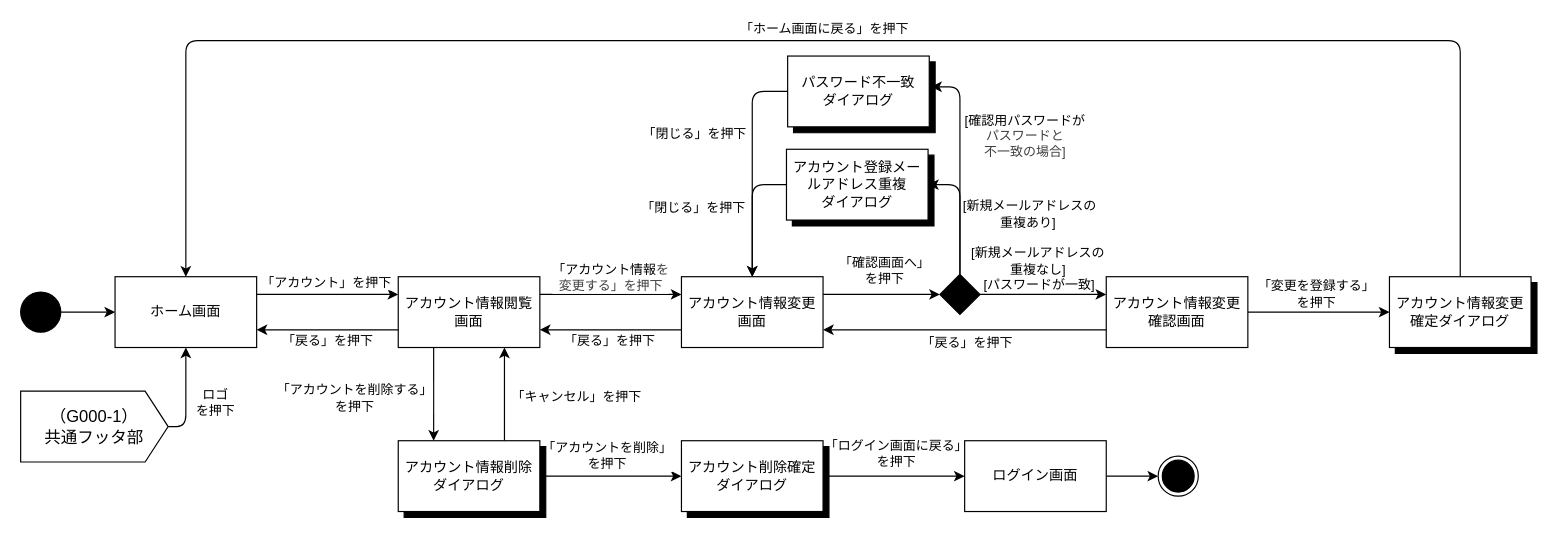
miyong00/ServerProgramming-2026 keeps this draw.io diagram as page "アカウント" (3 of 11) of desing/STD.dio. Above is the earlier version. Source tidied: cells renumbered, new cells numbered last; positions are measured from the earlier drawing's top-left corner, leaving out a move shared by most shapes. Both pictures are drawn from the tidied source at 118%, with x=0, y=0 at pixel (20, 40).
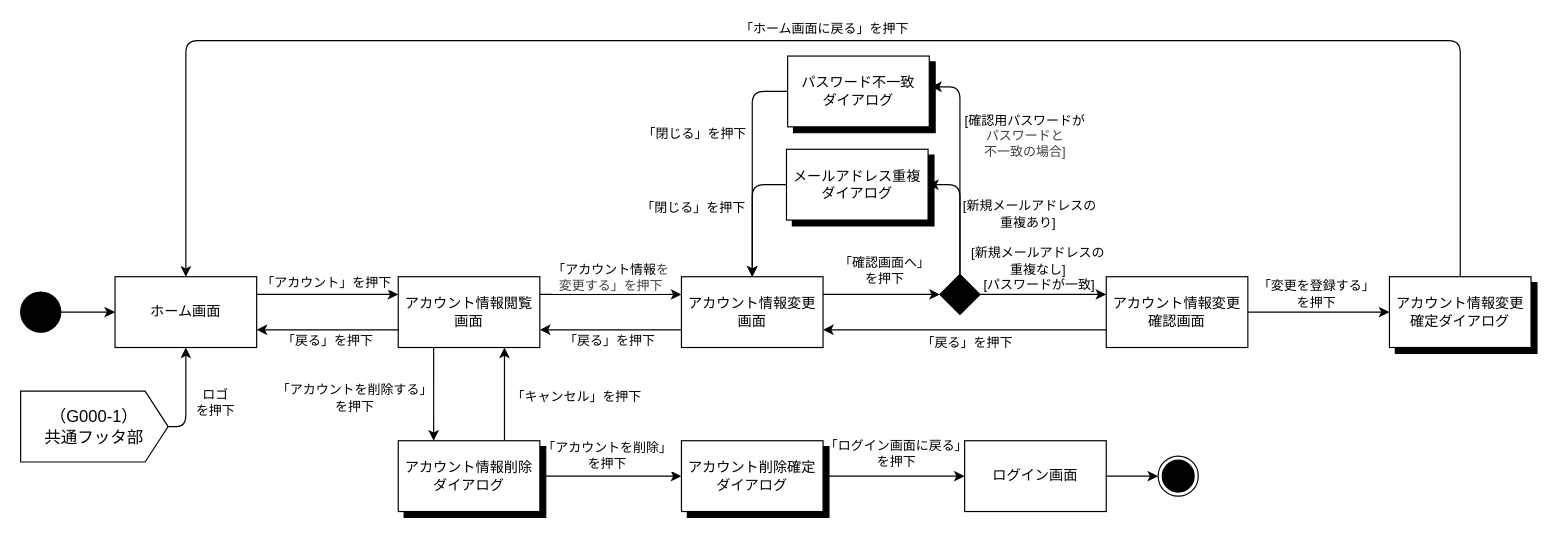
The same diagram, later.

Unchanged cells that the change refers to:
```xml
<mxCell id="34" style="group;" parent="1" vertex="1">
  <mxGeometry x="649" y="92" width="125" height="65" as="geometry" />
</mxCell>
```

The edit, as a diff of the source:
```diff
@@
-    <mxCell id="36" value="アカウント登録メールアドレス重複&lt;div&gt;ダイアログ&lt;/div&gt;" style="rounded=0;whiteSpace=wrap;html=1;" parent="34" vertex="1">
+    <mxCell id="36" value="メールアドレス重複&lt;div&gt;ダイアログ&lt;/div&gt;" style="rounded=0;whiteSpace=wrap;html=1;" parent="34" vertex="1">
       <mxGeometry width="120" height="60" as="geometry" />
     </mxCell>
```
